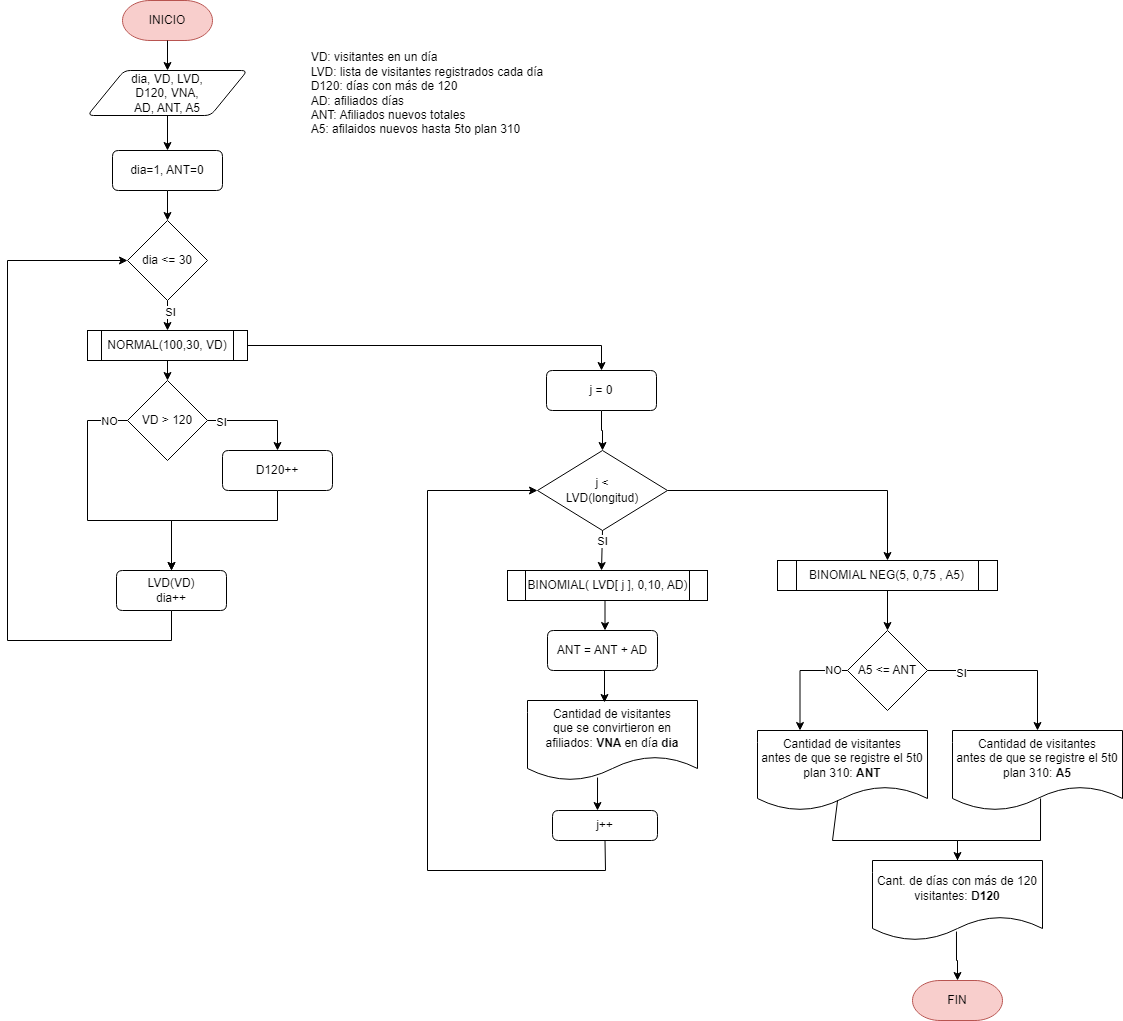
Before: Diagrama de flujo.png, a diagram exported from draw.io (asevey/Laboratorio-2-Modelos). Source tidied: cells renumbered, new cells last; positions are measured from the earlier drawing's top-left corner, leaving out a move shared by most shapes.
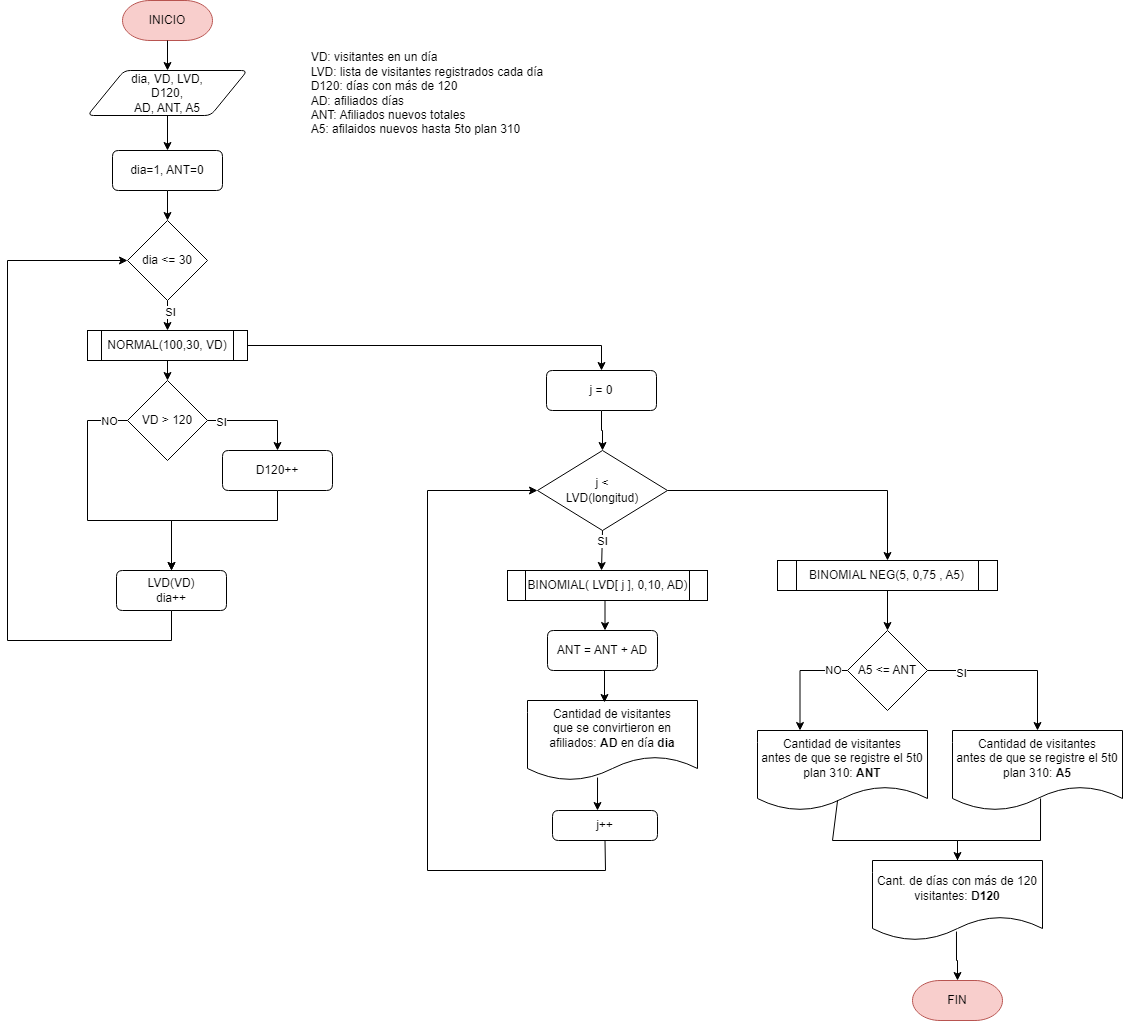
After the commit.

Commit message:
Modificación al diagrama

Diff of the diagram source:
```diff
@@ -11,7 +11,7 @@
     <mxCell id="4" value="&lt;div style=&quot;text-align: justify;&quot;&gt;VD: visitantes en un día&lt;/div&gt;&lt;div style=&quot;text-align: justify;&quot;&gt;LVD: lista de visitantes registrados cada día&lt;/div&gt;&lt;div style=&quot;text-align: justify;&quot;&gt;D120: días con más de 120&lt;/div&gt;&lt;div style=&quot;text-align: justify;&quot;&gt;AD: afiliados días&lt;/div&gt;&lt;div style=&quot;text-align: justify;&quot;&gt;ANT: Afiliados nuevos totales&lt;/div&gt;&lt;div style=&quot;text-align: justify;&quot;&gt;A5: afilaidos nuevos hasta 5to plan 310&lt;/div&gt;" style="text;html=1;strokeColor=none;fillColor=none;align=center;verticalAlign=middle;whiteSpace=wrap;rounded=0;" parent="1" vertex="1">
       <mxGeometry x="280" y="47.5" width="280" height="90" as="geometry" />
     </mxCell>
-    <mxCell id="5" value="dia, VD, LVD, &lt;br&gt;D120, VNA,&lt;br&gt;AD, ANT, A5" style="shape=parallelogram;html=1;strokeWidth=1;perimeter=parallelogramPerimeter;whiteSpace=wrap;rounded=1;arcSize=12;size=0.23;" parent="1" vertex="1">
+    <mxCell id="5" value="dia, VD, LVD, &lt;br&gt;D120,&lt;br&gt;AD, ANT, A5" style="shape=parallelogram;html=1;strokeWidth=1;perimeter=parallelogramPerimeter;whiteSpace=wrap;rounded=1;arcSize=12;size=0.23;" parent="1" vertex="1">
       <mxGeometry x="80" y="70" width="160" height="45" as="geometry" />
     </mxCell>
     <mxCell id="6" value="dia=1, ANT=0" style="shape=parallelogram;html=1;strokeWidth=1;perimeter=parallelogramPerimeter;whiteSpace=wrap;rounded=1;arcSize=12;size=0;" parent="1" vertex="1">
@@ -182,7 +182,7 @@
     <mxCell id="48" value="j = 0" style="shape=parallelogram;html=1;strokeWidth=1;perimeter=parallelogramPerimeter;whiteSpace=wrap;rounded=1;arcSize=12;size=0;" parent="1" vertex="1">
       <mxGeometry x="539" y="370" width="110" height="40" as="geometry" />
     </mxCell>
-    <mxCell id="49" value="Cantidad de visitantes&lt;br&gt;que se convirtieron en afiliados: &lt;b&gt;VNA &lt;/b&gt;en día &lt;b&gt;dia&lt;/b&gt;" style="shape=document;whiteSpace=wrap;html=1;boundedLbl=1;" parent="1" vertex="1">
+    <mxCell id="49" value="Cantidad de visitantes&lt;br&gt;que se convirtieron en afiliados: &lt;b&gt;AD&amp;nbsp;&lt;/b&gt;en día &lt;b&gt;dia&lt;/b&gt;" style="shape=document;whiteSpace=wrap;html=1;boundedLbl=1;" parent="1" vertex="1">
       <mxGeometry x="520" y="700" width="170" height="80" as="geometry" />
     </mxCell>
     <mxCell id="50" style="edgeStyle=orthogonalEdgeStyle;rounded=0;jettySize=auto;html=1;exitX=0.5;exitY=1;exitDx=0;exitDy=0;entryX=0.453;entryY=0.025;entryDx=0;entryDy=0;entryPerimeter=0;" parent="1" edge="1" source="18" target="49">
```
